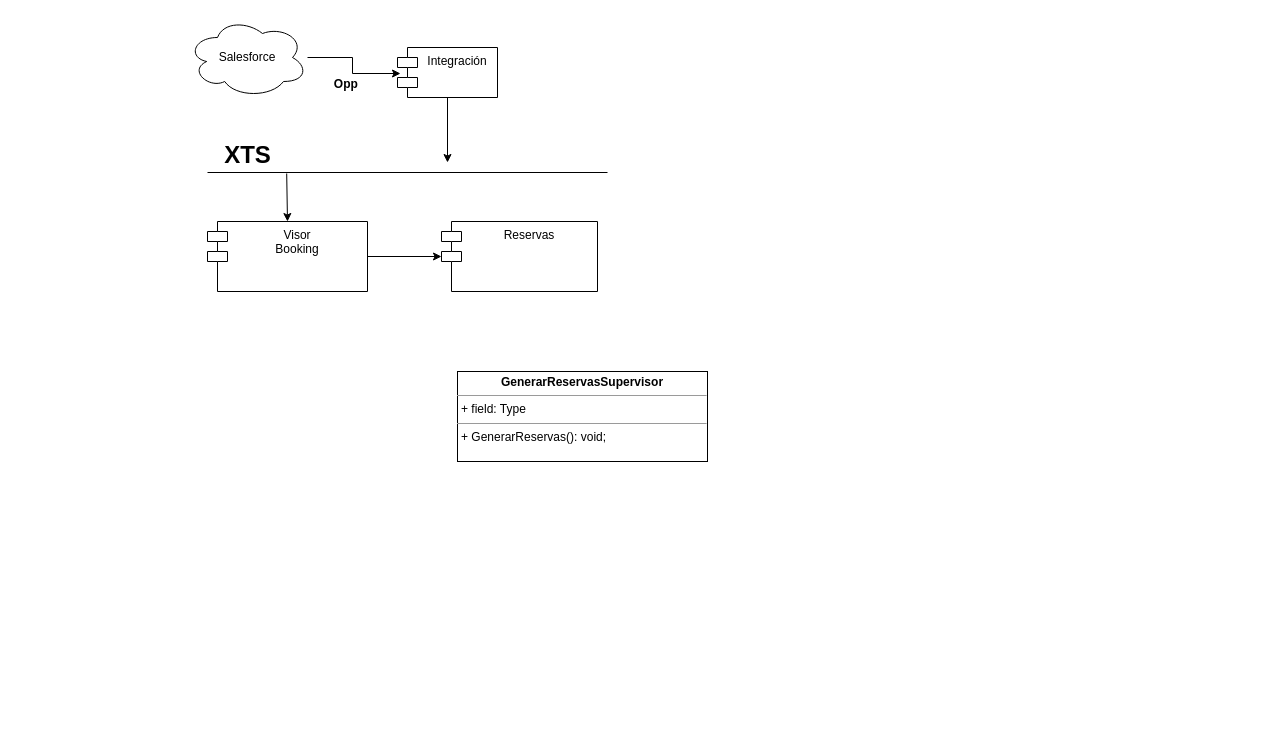
Above: Reservas.drawio in TecladoZurdo/UML (draw.io), before the change. Source tidied: cells renumbered, new cells numbered last; positions are measured from the earlier drawing's top-left corner, leaving out a move shared by most shapes. Both pictures are drawn from the tidied source at 100%, with x=0, y=0 at pixel (187, 17).
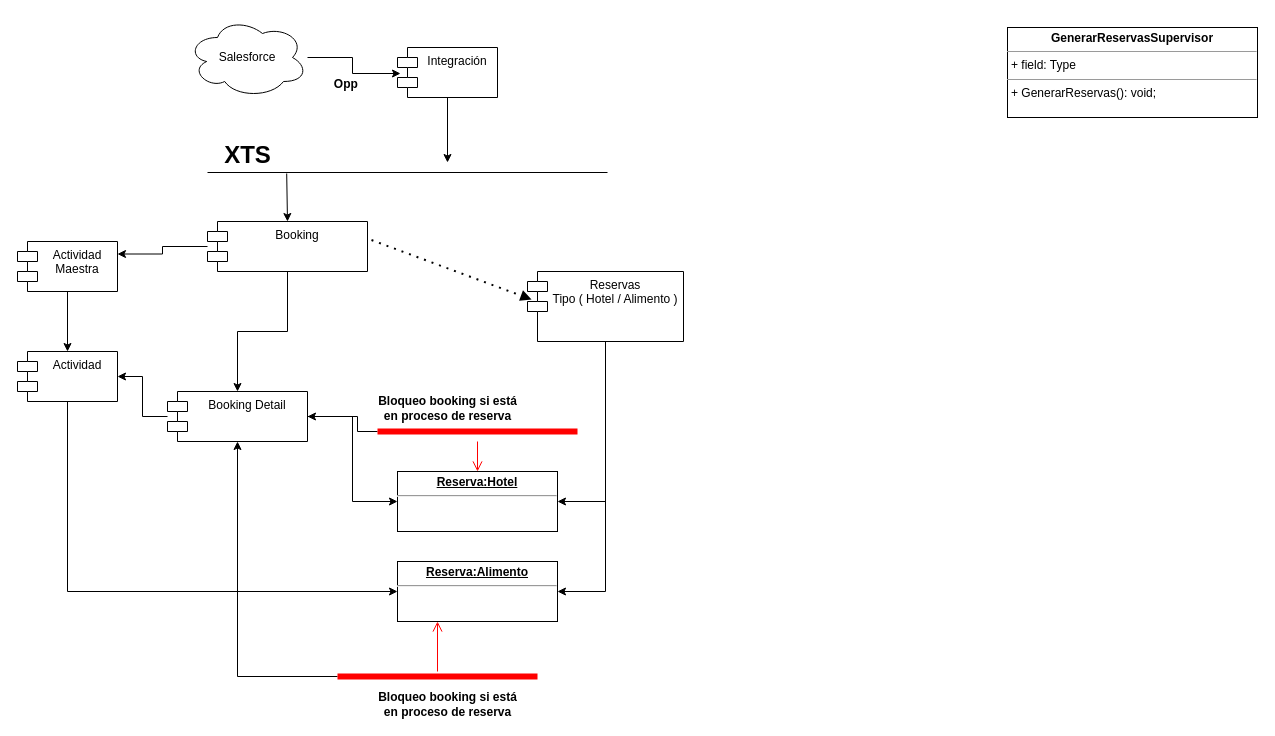
After the change.

Change to the diagram source:
```diff
@@
+    <mxCell id="14" style="edgeStyle=orthogonalEdgeStyle;rounded=0;jettySize=auto;html=1;entryX=0.5;entryY=0;entryDx=0;entryDy=0;" parent="1" edge="1" source="9" target="20">
+      <mxGeometry relative="1" as="geometry" />
+    </mxCell>
+    <mxCell id="15" style="edgeStyle=orthogonalEdgeStyle;rounded=0;jettySize=auto;html=1;entryX=1;entryY=0.25;entryDx=0;entryDy=0;" parent="1" edge="1" source="9" target="24">
+      <mxGeometry relative="1" as="geometry" />
+    </mxCell>
-    <mxCell id="9" value="Visor &lt;br&gt;Booking" style="shape=module;align=left;spacingLeft=20;align=center;verticalAlign=top;whiteSpace=wrap;html=1;" parent="1" vertex="1">
-      <mxGeometry x="20" y="204" width="160" height="70" as="geometry" />
+    <mxCell id="9" value="Booking" style="shape=module;align=left;spacingLeft=20;align=center;verticalAlign=top;whiteSpace=wrap;html=1;" parent="1" vertex="1">
+      <mxGeometry x="20" y="204" width="160" height="50" as="geometry" />
     </mxCell>
@@
+    <mxCell id="16" style="edgeStyle=orthogonalEdgeStyle;rounded=0;jettySize=auto;html=1;entryX=1;entryY=0.5;entryDx=0;entryDy=0;" parent="1" edge="1" source="11" target="26">
+      <mxGeometry relative="1" as="geometry" />
+    </mxCell>
+    <mxCell id="17" style="edgeStyle=orthogonalEdgeStyle;rounded=0;jettySize=auto;html=1;entryX=1;entryY=0.5;entryDx=0;entryDy=0;" parent="1" edge="1" source="11" target="25">
+      <mxGeometry relative="1" as="geometry" />
+    </mxCell>
-    <mxCell id="11" value="Reservas" style="shape=module;align=left;spacingLeft=20;align=center;verticalAlign=top;whiteSpace=wrap;html=1;" parent="1" vertex="1">
-      <mxGeometry x="254" y="204" width="156" height="70" as="geometry" />
+    <mxCell id="11" value="Reservas&lt;br&gt;Tipo ( Hotel / Alimento )" style="shape=module;align=left;spacingLeft=20;align=center;verticalAlign=top;whiteSpace=wrap;html=1;" parent="1" vertex="1">
+      <mxGeometry x="340" y="254" width="156" height="70" as="geometry" />
     </mxCell>
+    <mxCell id="13" value="&lt;p style=&quot;margin:0px;margin-top:4px;text-align:center;&quot;&gt;&lt;b&gt;GenerarReservasSupervisor&lt;/b&gt;&lt;/p&gt;&lt;hr size=&quot;1&quot;&gt;&lt;p style=&quot;margin:0px;margin-left:4px;&quot;&gt;+ field: Type&lt;/p&gt;&lt;hr size=&quot;1&quot;&gt;&lt;p style=&quot;margin:0px;margin-left:4px;&quot;&gt;+ GenerarReservas(): void;&lt;/p&gt;" style="verticalAlign=top;align=left;overflow=fill;fontSize=12;fontFamily=Helvetica;html=1;whiteSpace=wrap;" parent="1" vertex="1">
+      <mxGeometry x="820" y="10" width="250" height="90" as="geometry" />
+    </mxCell>
-    <mxCell id="12" style="edgeStyle=orthogonalEdgeStyle;rounded=0;jettySize=auto;html=1;entryX=0;entryY=0;entryDx=0;entryDy=35;entryPerimeter=0;" parent="1" edge="1" source="9" target="11">
+    <mxCell id="12" style="endArrow=block;dashed=1;html=1;dashPattern=1 3;strokeWidth=2;rounded=0;exitX=1.025;exitY=0.371;exitDx=0;exitDy=0;exitPerimeter=0;entryX=0.026;entryY=0.4;entryDx=0;entryDy=0;entryPerimeter=0;startArrow=none;startFill=0;endFill=1;" parent="1" edge="1" source="9" target="11">
       <mxGeometry relative="1" as="geometry" />
     </mxCell>
-    <mxCell id="13" value="&lt;p style=&quot;margin:0px;margin-top:4px;text-align:center;&quot;&gt;&lt;b&gt;GenerarReservasSupervisor&lt;/b&gt;&lt;/p&gt;&lt;hr size=&quot;1&quot;&gt;&lt;p style=&quot;margin:0px;margin-left:4px;&quot;&gt;+ field: Type&lt;/p&gt;&lt;hr size=&quot;1&quot;&gt;&lt;p style=&quot;margin:0px;margin-left:4px;&quot;&gt;+ GenerarReservas(): void;&lt;/p&gt;" style="verticalAlign=top;align=left;overflow=fill;fontSize=12;fontFamily=Helvetica;html=1;whiteSpace=wrap;" parent="1" vertex="1">
-      <mxGeometry x="270" y="354" width="250" height="90" as="geometry" />
-    </mxCell>
+    <mxCell id="18" style="edgeStyle=orthogonalEdgeStyle;rounded=0;jettySize=auto;html=1;entryX=1;entryY=0.5;entryDx=0;entryDy=0;" parent="1" edge="1" source="20" target="22">
+      <mxGeometry relative="1" as="geometry" />
+    </mxCell>
+    <mxCell id="19" style="edgeStyle=orthogonalEdgeStyle;rounded=0;jettySize=auto;html=1;entryX=0;entryY=0.5;entryDx=0;entryDy=0;" parent="1" edge="1" source="20" target="25">
+      <mxGeometry relative="1" as="geometry" />
+    </mxCell>
+    <mxCell id="20" value="Booking Detail" style="shape=module;align=left;spacingLeft=20;align=center;verticalAlign=top;whiteSpace=wrap;html=1;" parent="1" vertex="1">
+      <mxGeometry x="-20" y="374" width="140" height="50" as="geometry" />
+    </mxCell>
+    <mxCell id="21" style="edgeStyle=orthogonalEdgeStyle;rounded=0;jettySize=auto;html=1;entryX=0;entryY=0.5;entryDx=0;entryDy=0;" parent="1" edge="1" source="22" target="26">
+      <mxGeometry relative="1" as="geometry">
+        <Array as="points">
+          <mxPoint x="-120" y="574" />
+        </Array>
+      </mxGeometry>
+    </mxCell>
+    <mxCell id="22" value="Actividad" style="shape=module;align=left;spacingLeft=20;align=center;verticalAlign=top;whiteSpace=wrap;html=1;" parent="1" vertex="1">
+      <mxGeometry x="-170" y="334" width="100" height="50" as="geometry" />
+    </mxCell>
+    <mxCell id="23" style="edgeStyle=orthogonalEdgeStyle;rounded=0;jettySize=auto;html=1;entryX=0.5;entryY=0;entryDx=0;entryDy=0;" parent="1" edge="1" source="24" target="22">
+      <mxGeometry relative="1" as="geometry" />
+    </mxCell>
+    <mxCell id="24" value="Actividad Maestra" style="shape=module;align=left;spacingLeft=20;align=center;verticalAlign=top;whiteSpace=wrap;html=1;" parent="1" vertex="1">
+      <mxGeometry x="-170" y="224" width="100" height="50" as="geometry" />
+    </mxCell>
+    <mxCell id="25" value="&lt;p style=&quot;margin:0px;margin-top:4px;text-align:center;text-decoration:underline;&quot;&gt;&lt;b&gt;Reserva:Hotel&lt;/b&gt;&lt;/p&gt;&lt;hr&gt;&lt;p style=&quot;margin:0px;margin-left:8px;&quot;&gt;&lt;br&gt;&lt;/p&gt;" style="verticalAlign=top;align=left;overflow=fill;html=1;whiteSpace=wrap;" parent="1" vertex="1">
+      <mxGeometry x="210" y="454" width="160" height="60" as="geometry" />
+    </mxCell>
+    <mxCell id="26" value="&lt;p style=&quot;margin:0px;margin-top:4px;text-align:center;text-decoration:underline;&quot;&gt;&lt;b&gt;Reserva:Alimento&lt;/b&gt;&lt;/p&gt;&lt;hr&gt;&lt;p style=&quot;margin:0px;margin-left:8px;&quot;&gt;&lt;br&gt;&lt;/p&gt;" style="verticalAlign=top;align=left;overflow=fill;html=1;whiteSpace=wrap;" parent="1" vertex="1">
+      <mxGeometry x="210" y="544" width="160" height="60" as="geometry" />
+    </mxCell>
+    <mxCell id="27" style="edgeStyle=orthogonalEdgeStyle;rounded=0;jettySize=auto;html=1;" parent="1" edge="1" source="28" target="20">
+      <mxGeometry relative="1" as="geometry">
+        <Array as="points">
+          <mxPoint x="170" y="414" />
+          <mxPoint x="170" y="399" />
+        </Array>
+      </mxGeometry>
+    </mxCell>
+    <mxCell id="28" style="shape=line;html=1;strokeWidth=6;strokeColor=#ff0000;" parent="1" vertex="1">
+      <mxGeometry x="190" y="404" width="200" height="20" as="geometry" />
+    </mxCell>
+    <mxCell id="29" style="edgeStyle=orthogonalEdgeStyle;html=1;verticalAlign=bottom;endArrow=open;endSize=8;strokeColor=#ff0000;rounded=0;entryX=0.5;entryY=0;entryDx=0;entryDy=0;" parent="1" edge="1" source="28" target="25">
+      <mxGeometry relative="1" as="geometry" />
+    </mxCell>
+    <mxCell id="30" value="Bloqueo booking si está &lt;br&gt;en proceso de reserva" style="text;align=center;fontStyle=1;verticalAlign=middle;spacingLeft=3;spacingRight=3;strokeColor=none;html=1;" parent="1" vertex="1">
+      <mxGeometry x="220" y="378" width="80" height="26" as="geometry" />
+    </mxCell>
+    <mxCell id="31" style="edgeStyle=orthogonalEdgeStyle;rounded=0;jettySize=auto;html=1;entryX=0.5;entryY=1;entryDx=0;entryDy=0;" parent="1" edge="1" source="32" target="20">
+      <mxGeometry relative="1" as="geometry" />
+    </mxCell>
+    <mxCell id="32" style="shape=line;html=1;strokeWidth=6;strokeColor=#ff0000;" parent="1" vertex="1">
+      <mxGeometry x="150" y="654" width="200" height="10" as="geometry" />
+    </mxCell>
+    <mxCell id="33" style="edgeStyle=orthogonalEdgeStyle;html=1;verticalAlign=bottom;endArrow=open;endSize=8;strokeColor=#ff0000;rounded=0;entryX=0.25;entryY=1;entryDx=0;entryDy=0;" parent="1" edge="1" source="32" target="26">
+      <mxGeometry relative="1" as="geometry" />
+    </mxCell>
+    <mxCell id="34" value="Bloqueo booking si está &lt;br&gt;en proceso de reserva" style="text;align=center;fontStyle=1;verticalAlign=middle;spacingLeft=3;spacingRight=3;strokeColor=none;html=1;" parent="1" vertex="1">
+      <mxGeometry x="220" y="674" width="80" height="26" as="geometry" />
+    </mxCell>
```
